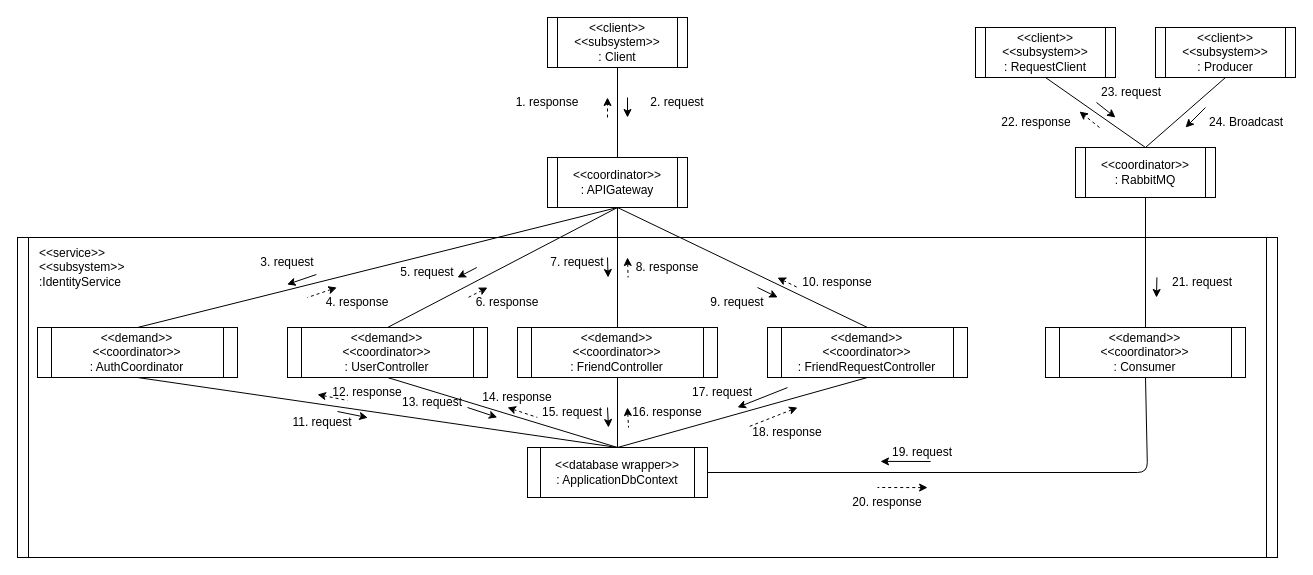
Earlier version of the draw.io diagram docs/Subsystem Diagram/Identity.subsystem.drawio (Carl-Johnsons/Chat-Application). Source tidied: cells renumbered, new cells numbered last; positions are measured from the earlier drawing's top-left corner, leaving out a move shared by most shapes. Both pictures are drawn from the tidied source at 100%, with x=0, y=0 at pixel (17, 17).
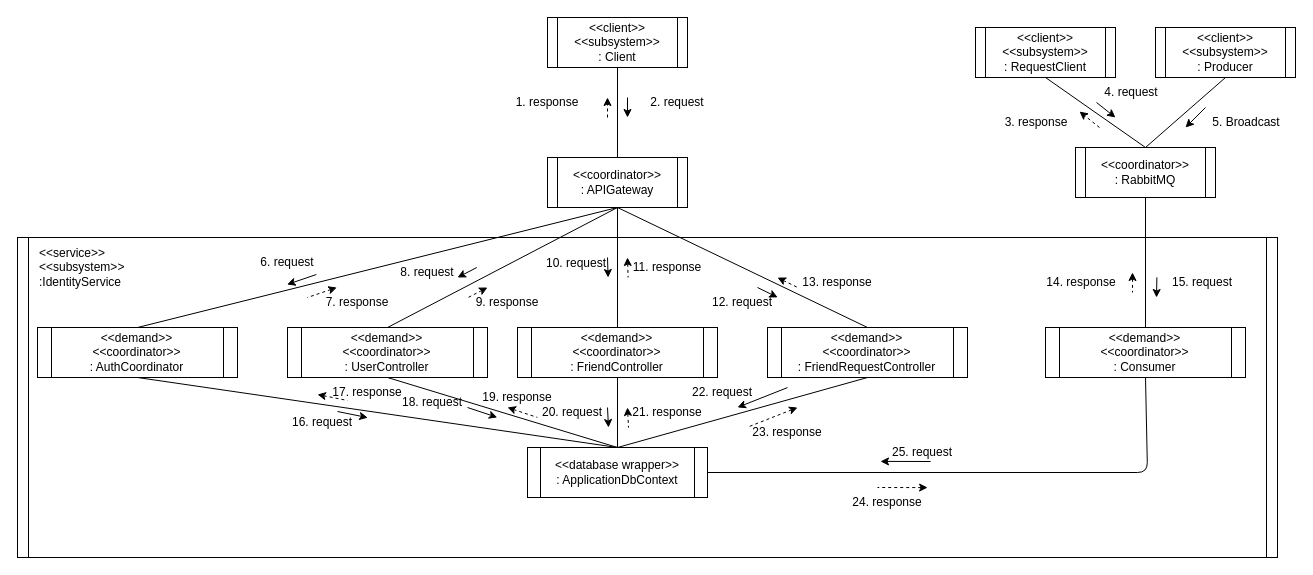
The same page after the edit.

The edit, as a diff of the source:
```diff
@@
-    <mxCell id="23" value="23. request" style="text;html=1;strokeColor=none;fillColor=none;align=center;verticalAlign=middle;whiteSpace=wrap;rounded=0;" parent="1" vertex="1">
+    <mxCell id="23" value="4. request" style="text;html=1;strokeColor=none;fillColor=none;align=center;verticalAlign=middle;whiteSpace=wrap;rounded=0;" parent="1" vertex="1">
       <mxGeometry x="1078" y="60" width="72" height="30" as="geometry" />
     </mxCell>
-    <mxCell id="24" value="22. response" style="text;html=1;strokeColor=none;fillColor=none;align=center;verticalAlign=middle;whiteSpace=wrap;rounded=0;" parent="1" vertex="1">
+    <mxCell id="24" value="3. response" style="text;html=1;strokeColor=none;fillColor=none;align=center;verticalAlign=middle;whiteSpace=wrap;rounded=0;" parent="1" vertex="1">
       <mxGeometry x="980" y="90" width="78" height="30" as="geometry" />
     </mxCell>
@@
-    <mxCell id="26" value="24. Broadcast" style="text;html=1;strokeColor=none;fillColor=none;align=center;verticalAlign=middle;whiteSpace=wrap;rounded=0;" parent="1" vertex="1">
+    <mxCell id="26" value="5. Broadcast" style="text;html=1;strokeColor=none;fillColor=none;align=center;verticalAlign=middle;whiteSpace=wrap;rounded=0;" parent="1" vertex="1">
       <mxGeometry x="1188" y="90" width="82" height="30" as="geometry" />
     </mxCell>
@@
-    <mxCell id="57" value="4. response" style="text;html=1;strokeColor=none;fillColor=none;align=center;verticalAlign=middle;whiteSpace=wrap;rounded=0;" parent="1" vertex="1">
+    <mxCell id="57" value="7. response" style="text;html=1;strokeColor=none;fillColor=none;align=center;verticalAlign=middle;whiteSpace=wrap;rounded=0;" parent="1" vertex="1">
       <mxGeometry x="300" y="270" width="80" height="30" as="geometry" />
     </mxCell>
-    <mxCell id="58" value="3. request" style="text;html=1;strokeColor=none;fillColor=none;align=center;verticalAlign=middle;whiteSpace=wrap;rounded=0;" parent="1" vertex="1">
+    <mxCell id="58" value="6. request" style="text;html=1;strokeColor=none;fillColor=none;align=center;verticalAlign=middle;whiteSpace=wrap;rounded=0;" parent="1" vertex="1">
       <mxGeometry x="240" y="230" width="60" height="30" as="geometry" />
     </mxCell>
-    <mxCell id="59" value="5. request" style="text;html=1;strokeColor=none;fillColor=none;align=center;verticalAlign=middle;whiteSpace=wrap;rounded=0;" parent="1" vertex="1">
+    <mxCell id="59" value="8. request" style="text;html=1;strokeColor=none;fillColor=none;align=center;verticalAlign=middle;whiteSpace=wrap;rounded=0;" parent="1" vertex="1">
       <mxGeometry x="380" y="240" width="60" height="30" as="geometry" />
     </mxCell>
-    <mxCell id="60" value="7. request" style="text;html=1;strokeColor=none;fillColor=none;align=center;verticalAlign=middle;whiteSpace=wrap;rounded=0;" parent="1" vertex="1">
-      <mxGeometry x="530" y="230" width="60" height="30" as="geometry" />
+    <mxCell id="60" value="10. request" style="text;html=1;strokeColor=none;fillColor=none;align=center;verticalAlign=middle;whiteSpace=wrap;rounded=0;" parent="1" vertex="1">
+      <mxGeometry x="524" y="231" width="70" height="30" as="geometry" />
     </mxCell>
-    <mxCell id="61" value="9. request" style="text;html=1;strokeColor=none;fillColor=none;align=center;verticalAlign=middle;whiteSpace=wrap;rounded=0;" parent="1" vertex="1">
-      <mxGeometry x="690" y="270" width="60" height="30" as="geometry" />
+    <mxCell id="61" value="12. request" style="text;html=1;strokeColor=none;fillColor=none;align=center;verticalAlign=middle;whiteSpace=wrap;rounded=0;" parent="1" vertex="1">
+      <mxGeometry x="690" y="270" width="70" height="30" as="geometry" />
     </mxCell>
-    <mxCell id="62" value="11. request" style="text;html=1;strokeColor=none;fillColor=none;align=center;verticalAlign=middle;whiteSpace=wrap;rounded=0;" parent="1" vertex="1">
+    <mxCell id="62" value="16. request" style="text;html=1;strokeColor=none;fillColor=none;align=center;verticalAlign=middle;whiteSpace=wrap;rounded=0;" parent="1" vertex="1">
       <mxGeometry x="270" y="390" width="70" height="30" as="geometry" />
     </mxCell>
-    <mxCell id="63" value="13. request" style="text;html=1;strokeColor=none;fillColor=none;align=center;verticalAlign=middle;whiteSpace=wrap;rounded=0;" parent="1" vertex="1">
+    <mxCell id="63" value="18. request" style="text;html=1;strokeColor=none;fillColor=none;align=center;verticalAlign=middle;whiteSpace=wrap;rounded=0;" parent="1" vertex="1">
       <mxGeometry x="380" y="370" width="70" height="30" as="geometry" />
     </mxCell>
-    <mxCell id="64" value="15. request" style="text;html=1;strokeColor=none;fillColor=none;align=center;verticalAlign=middle;whiteSpace=wrap;rounded=0;" parent="1" vertex="1">
+    <mxCell id="64" value="20. request" style="text;html=1;strokeColor=none;fillColor=none;align=center;verticalAlign=middle;whiteSpace=wrap;rounded=0;" parent="1" vertex="1">
       <mxGeometry x="520" y="380" width="70" height="30" as="geometry" />
     </mxCell>
-    <mxCell id="65" value="17. request" style="text;html=1;strokeColor=none;fillColor=none;align=center;verticalAlign=middle;whiteSpace=wrap;rounded=0;" parent="1" vertex="1">
+    <mxCell id="65" value="22. request" style="text;html=1;strokeColor=none;fillColor=none;align=center;verticalAlign=middle;whiteSpace=wrap;rounded=0;" parent="1" vertex="1">
       <mxGeometry x="670" y="360" width="70" height="30" as="geometry" />
     </mxCell>
-    <mxCell id="66" value="19. request" style="text;html=1;strokeColor=none;fillColor=none;align=center;verticalAlign=middle;whiteSpace=wrap;rounded=0;" parent="1" vertex="1">
+    <mxCell id="66" value="25. request" style="text;html=1;strokeColor=none;fillColor=none;align=center;verticalAlign=middle;whiteSpace=wrap;rounded=0;" parent="1" vertex="1">
       <mxGeometry x="870" y="420" width="70" height="30" as="geometry" />
     </mxCell>
-    <mxCell id="67" value="21. request" style="text;html=1;strokeColor=none;fillColor=none;align=center;verticalAlign=middle;whiteSpace=wrap;rounded=0;" parent="1" vertex="1">
+    <mxCell id="67" value="15. request" style="text;html=1;strokeColor=none;fillColor=none;align=center;verticalAlign=middle;whiteSpace=wrap;rounded=0;" parent="1" vertex="1">
       <mxGeometry x="1150" y="250" width="70" height="30" as="geometry" />
     </mxCell>
-    <mxCell id="68" value="6. response" style="text;html=1;strokeColor=none;fillColor=none;align=center;verticalAlign=middle;whiteSpace=wrap;rounded=0;" parent="1" vertex="1">
+    <mxCell id="68" value="9. response" style="text;html=1;strokeColor=none;fillColor=none;align=center;verticalAlign=middle;whiteSpace=wrap;rounded=0;" parent="1" vertex="1">
       <mxGeometry x="450" y="270" width="80" height="30" as="geometry" />
     </mxCell>
-    <mxCell id="69" value="8. response" style="text;html=1;strokeColor=none;fillColor=none;align=center;verticalAlign=middle;whiteSpace=wrap;rounded=0;" parent="1" vertex="1">
+    <mxCell id="69" value="11. response" style="text;html=1;strokeColor=none;fillColor=none;align=center;verticalAlign=middle;whiteSpace=wrap;rounded=0;" parent="1" vertex="1">
       <mxGeometry x="610" y="235" width="80" height="30" as="geometry" />
     </mxCell>
-    <mxCell id="70" value="10. response" style="text;html=1;strokeColor=none;fillColor=none;align=center;verticalAlign=middle;whiteSpace=wrap;rounded=0;" parent="1" vertex="1">
+    <mxCell id="70" value="13. response" style="text;html=1;strokeColor=none;fillColor=none;align=center;verticalAlign=middle;whiteSpace=wrap;rounded=0;" parent="1" vertex="1">
       <mxGeometry x="780" y="250" width="80" height="30" as="geometry" />
     </mxCell>
-    <mxCell id="71" value="12. response" style="text;html=1;strokeColor=none;fillColor=none;align=center;verticalAlign=middle;whiteSpace=wrap;rounded=0;" parent="1" vertex="1">
+    <mxCell id="71" value="17. response" style="text;html=1;strokeColor=none;fillColor=none;align=center;verticalAlign=middle;whiteSpace=wrap;rounded=0;" parent="1" vertex="1">
       <mxGeometry x="310" y="360" width="80" height="30" as="geometry" />
     </mxCell>
-    <mxCell id="72" value="14. response" style="text;html=1;strokeColor=none;fillColor=none;align=center;verticalAlign=middle;whiteSpace=wrap;rounded=0;" parent="1" vertex="1">
+    <mxCell id="72" value="19. response" style="text;html=1;strokeColor=none;fillColor=none;align=center;verticalAlign=middle;whiteSpace=wrap;rounded=0;" parent="1" vertex="1">
       <mxGeometry x="460" y="365" width="80" height="30" as="geometry" />
     </mxCell>
-    <mxCell id="73" value="16. response" style="text;html=1;strokeColor=none;fillColor=none;align=center;verticalAlign=middle;whiteSpace=wrap;rounded=0;" parent="1" vertex="1">
+    <mxCell id="73" value="21. response" style="text;html=1;strokeColor=none;fillColor=none;align=center;verticalAlign=middle;whiteSpace=wrap;rounded=0;" parent="1" vertex="1">
       <mxGeometry x="610" y="380" width="80" height="30" as="geometry" />
     </mxCell>
-    <mxCell id="74" value="18. response" style="text;html=1;strokeColor=none;fillColor=none;align=center;verticalAlign=middle;whiteSpace=wrap;rounded=0;" parent="1" vertex="1">
+    <mxCell id="74" value="23. response" style="text;html=1;strokeColor=none;fillColor=none;align=center;verticalAlign=middle;whiteSpace=wrap;rounded=0;" parent="1" vertex="1">
       <mxGeometry x="730" y="400" width="80" height="30" as="geometry" />
     </mxCell>
-    <mxCell id="75" value="20. response" style="text;html=1;strokeColor=none;fillColor=none;align=center;verticalAlign=middle;whiteSpace=wrap;rounded=0;" parent="1" vertex="1">
+    <mxCell id="75" value="24. response" style="text;html=1;strokeColor=none;fillColor=none;align=center;verticalAlign=middle;whiteSpace=wrap;rounded=0;" parent="1" vertex="1">
       <mxGeometry x="830" y="470" width="80" height="30" as="geometry" />
     </mxCell>
+    <mxCell id="76" style="endArrow=none;html=1;dashed=1;endFill=0;startArrow=classic;startFill=1;" parent="1" edge="1">
+      <mxGeometry relative="1" as="geometry">
+        <mxPoint x="1115" y="255" as="sourcePoint" />
+        <mxPoint x="1115" y="275" as="targetPoint" />
+      </mxGeometry>
+    </mxCell>
+    <mxCell id="77" value="14. response" style="text;html=1;strokeColor=none;fillColor=none;align=center;verticalAlign=middle;whiteSpace=wrap;rounded=0;" parent="1" vertex="1">
+      <mxGeometry x="1028" y="250" width="72" height="30" as="geometry" />
+    </mxCell>
```
